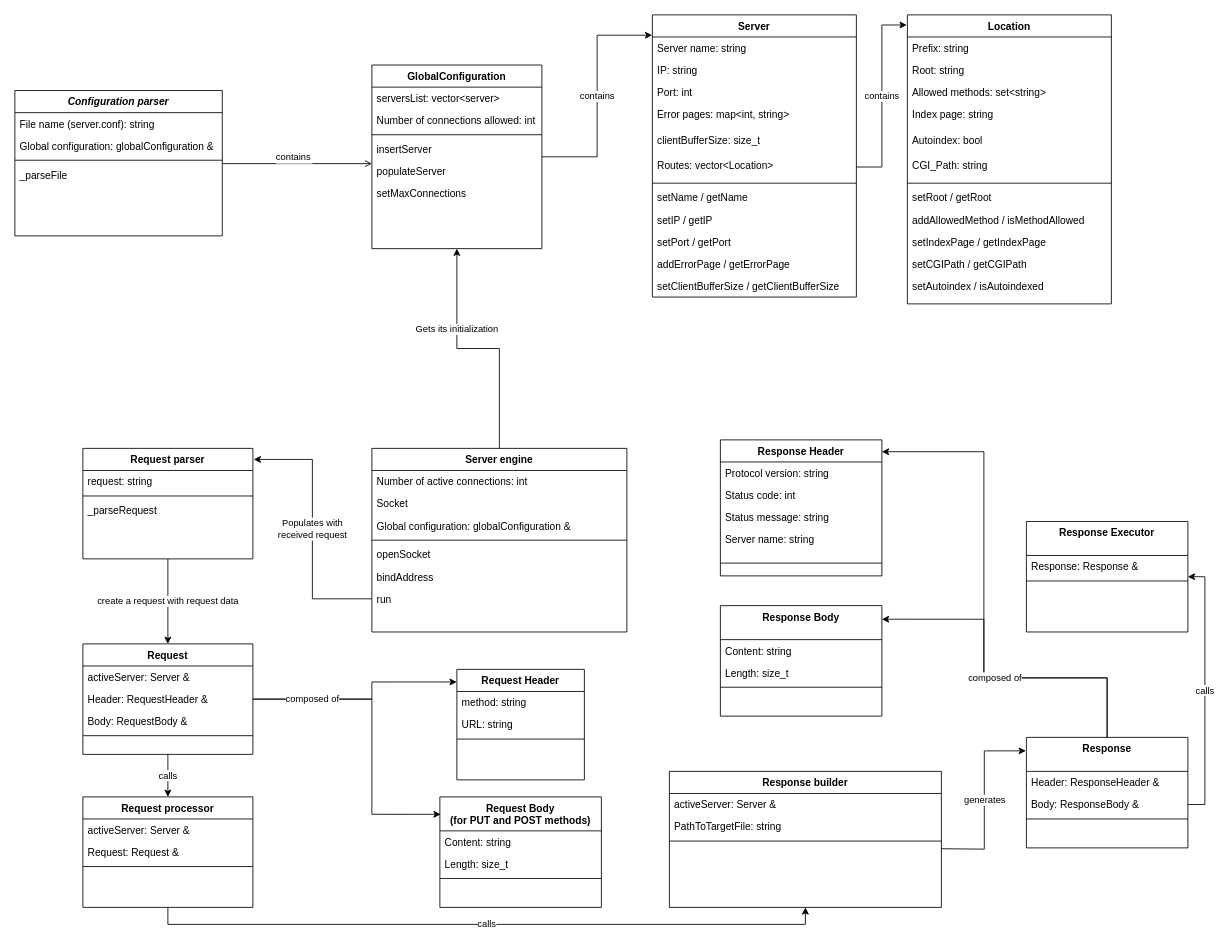
Above: webserv_architecture.drawio in ababoum/webserv (draw.io), before the change. Source tidied: cells renumbered, new cells numbered last; positions are measured from the earlier drawing's top-left corner, leaving out a move shared by most shapes. Both pictures are drawn from the tidied source at 85%, with x=0, y=0 at pixel (14, 14).
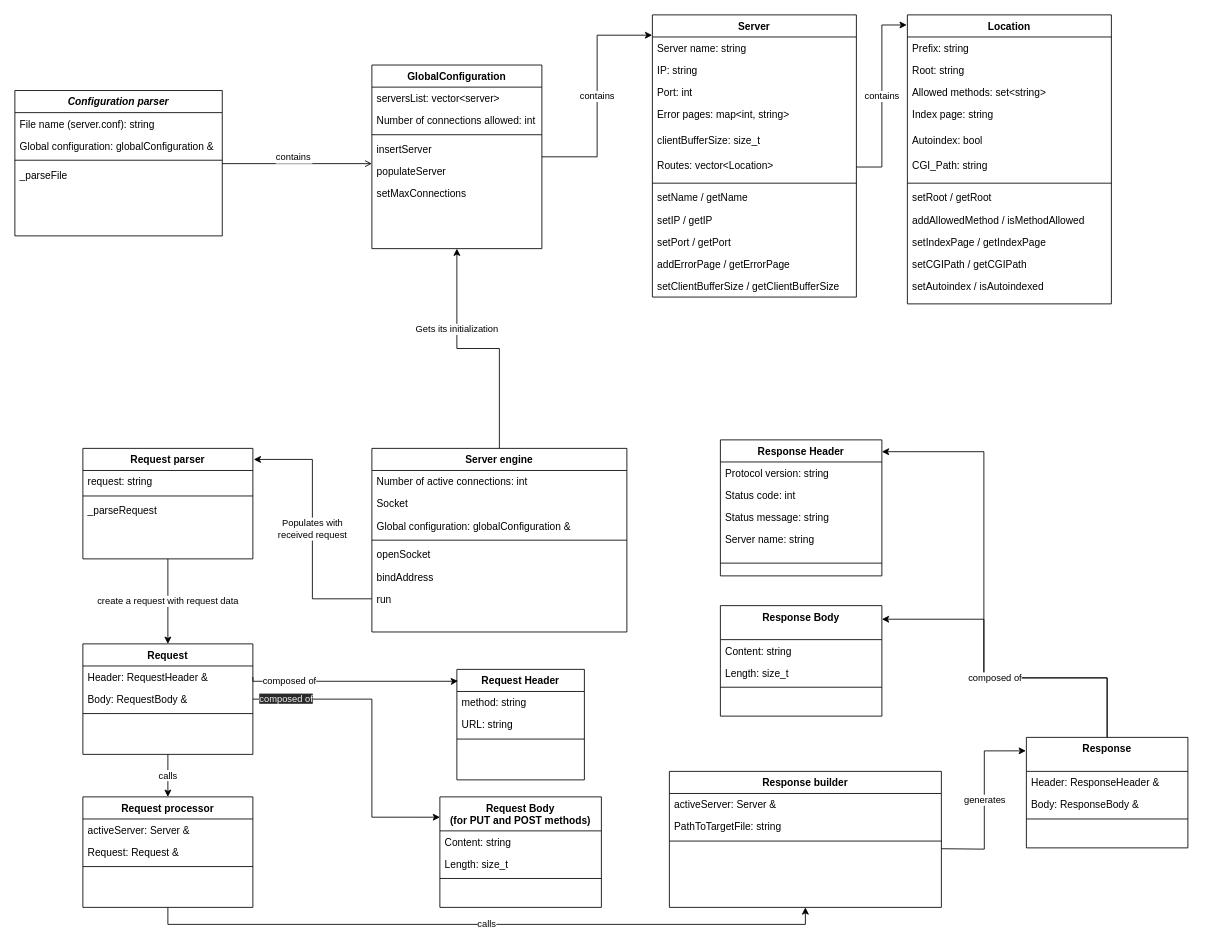
Above is the later version.

Commit message (it also covers changes not shown here):
add request/response classes

The change refers to these unchanged cells:
```xml
<mxCell id="50" value="Request" style="swimlane;fontStyle=1;align=center;verticalAlign=top;horizontal=1;startSize=26;rounded=0;shadow=0;strokeWidth=1;" parent="1" vertex="1">
  <mxGeometry x="80" y="740" width="200" height="130" as="geometry" />
</mxCell>
<mxCell id="55" value="Request Header" style="swimlane;fontStyle=1;align=center;verticalAlign=top;horizontal=1;startSize=26;rounded=0;shadow=0;strokeWidth=1;" parent="1" vertex="1">
  <mxGeometry x="520" y="770" width="150" height="130" as="geometry" />
</mxCell>
<mxCell id="59" value="Request Body&#10;(for PUT and POST methods)" style="swimlane;fontStyle=1;align=center;verticalAlign=top;horizontal=1;startSize=40;rounded=0;shadow=0;strokeWidth=1;" parent="1" vertex="1">
  <mxGeometry x="500" y="920" width="190" height="130" as="geometry" />
</mxCell>
<mxCell id="83" value="Body: ResponseBody &amp;" style="text;align=left;verticalAlign=top;spacingLeft=4;spacingRight=4;overflow=hidden;points=[[0,0.5],[1,0.5]];portConstraint=eastwest;" parent="81" vertex="1">
  <mxGeometry y="66" width="190" height="26" as="geometry" />
</mxCell>
```

Diff of the diagram source:
```diff
@@
-    <mxCell id="51" value="activeServer: Server &amp;" style="text;align=left;verticalAlign=top;spacingLeft=4;spacingRight=4;overflow=hidden;" parent="50" vertex="1">
-      <mxGeometry y="26" width="200" height="26" as="geometry" />
-    </mxCell>
     <mxCell id="52" value="Header: RequestHeader &amp;" style="text;align=left;verticalAlign=top;spacingLeft=4;spacingRight=4;overflow=hidden;points=[[0,0.5],[1,0.5]];portConstraint=eastwest;" parent="50" vertex="1">
-      <mxGeometry y="52" width="200" height="26" as="geometry" />
+      <mxGeometry y="26" width="200" height="26" as="geometry" />
     </mxCell>
     <mxCell id="53" value="Body: RequestBody &amp;" style="text;align=left;verticalAlign=top;spacingLeft=4;spacingRight=4;overflow=hidden;points=[[0,0.5],[1,0.5]];portConstraint=eastwest;" parent="50" vertex="1">
-      <mxGeometry y="78" width="200" height="26" as="geometry" />
+      <mxGeometry y="52" width="200" height="26" as="geometry" />
     </mxCell>
     <mxCell id="54" style="line;html=1;strokeWidth=1;align=left;verticalAlign=middle;spacingTop=-1;spacingLeft=3;spacingRight=3;labelPosition=right;" parent="50" vertex="1">
-      <mxGeometry y="104" width="200" height="8" as="geometry" />
+      <mxGeometry y="78" width="200" height="8" as="geometry" />
     </mxCell>
@@
-    <mxCell id="63" style="edgeStyle=orthogonalEdgeStyle;rounded=0;jettySize=auto;html=1;entryX=-0.001;entryY=0.114;entryDx=0;entryDy=0;entryPerimeter=0;" parent="1" edge="1" source="52" target="55">
-      <mxGeometry relative="1" as="geometry">
+    <mxCell id="63" value="&lt;span style=&quot;color: rgb(240, 240, 240); font-family: helvetica; font-size: 11px; font-style: normal; font-weight: 400; letter-spacing: normal; text-align: center; text-indent: 0px; text-transform: none; word-spacing: 0px; background-color: rgb(42, 42, 42); display: inline; float: none;&quot;&gt;composed of&lt;/span&gt;" style="edgeStyle=orthogonalEdgeStyle;rounded=0;jettySize=auto;html=1;entryX=0.001;entryY=0.184;entryDx=0;entryDy=0;entryPerimeter=0;exitX=1;exitY=0.5;exitDx=0;exitDy=0;" parent="1" edge="1" source="53" target="59">
+      <mxGeometry x="-0.78" relative="1" as="geometry">
         <Array as="points">
           <mxPoint x="420" y="805" />
-          <mxPoint x="420" y="785" />
+          <mxPoint x="420" y="944" />
         </Array>
       </mxGeometry>
     </mxCell>
-    <mxCell id="64" value="composed of" style="edgeStyle=orthogonalEdgeStyle;rounded=0;jettySize=auto;html=1;exitX=1;exitY=0.5;exitDx=0;exitDy=0;entryX=0.005;entryY=0.158;entryDx=0;entryDy=0;entryPerimeter=0;" parent="1" edge="1" source="52" target="59">
+    <mxCell id="64" value="composed of" style="edgeStyle=orthogonalEdgeStyle;rounded=0;jettySize=auto;html=1;exitX=1;exitY=0.5;exitDx=0;exitDy=0;entryX=0.009;entryY=0.105;entryDx=0;entryDy=0;entryPerimeter=0;" parent="1" edge="1" source="52" target="55">
       <mxGeometry x="-0.61" relative="1" as="geometry">
         <Array as="points">
-          <mxPoint x="420" y="805" />
-          <mxPoint x="420" y="941" />
+          <mxPoint x="280" y="784" />
+          <mxPoint x="516" y="784" />
         </Array>
       </mxGeometry>
     </mxCell>
@@
-    <mxCell id="86" value="Response Executor" style="swimlane;fontStyle=1;align=center;verticalAlign=top;horizontal=1;startSize=40;rounded=0;shadow=0;strokeWidth=1;" parent="1" vertex="1">
-      <mxGeometry x="1190" y="596" width="190" height="130" as="geometry" />
-    </mxCell>
-    <mxCell id="87" value="Response: Response &amp;" style="text;align=left;verticalAlign=top;spacingLeft=4;spacingRight=4;overflow=hidden;" parent="86" vertex="1">
-      <mxGeometry y="40" width="190" height="26" as="geometry" />
-    </mxCell>
-    <mxCell id="88" style="line;html=1;strokeWidth=1;align=left;verticalAlign=middle;spacingTop=-1;spacingLeft=3;spacingRight=3;labelPosition=right;" parent="86" vertex="1">
-      <mxGeometry y="66" width="190" height="8" as="geometry" />
-    </mxCell>
-    <mxCell id="89" value="calls" style="edgeStyle=orthogonalEdgeStyle;rounded=0;jettySize=auto;html=1;entryX=1;entryY=0.5;entryDx=0;entryDy=0;" parent="1" edge="1" source="83" target="86">
-      <mxGeometry relative="1" as="geometry">
-        <Array as="points">
-          <mxPoint x="1400" y="929" />
-          <mxPoint x="1400" y="661" />
-        </Array>
-      </mxGeometry>
-    </mxCell>
```
